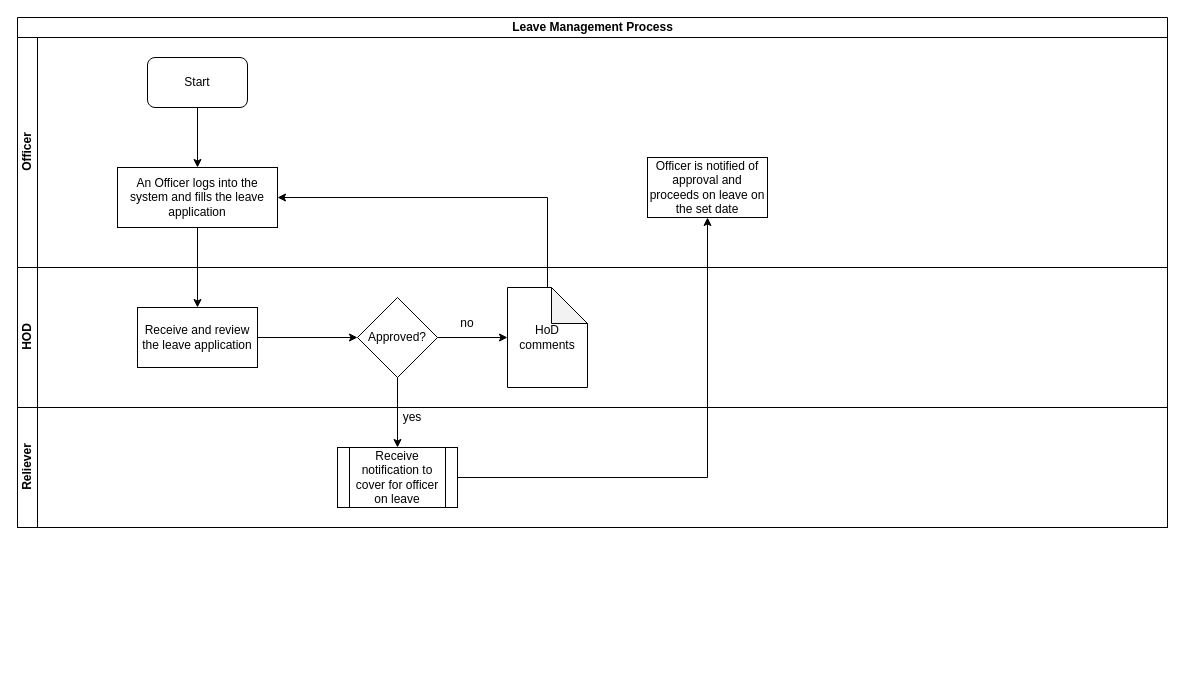
This is KEFRI- Leave Application Process.drawio from kmagua/flowcharts, a draw.io file, before an edit. Source tidied: cells renumbered, new cells numbered last; positions are measured from the earlier drawing's top-left corner, leaving out a move shared by most shapes. Both pictures are drawn from the tidied source at 100%, with x=0, y=0 at pixel (17, 17).
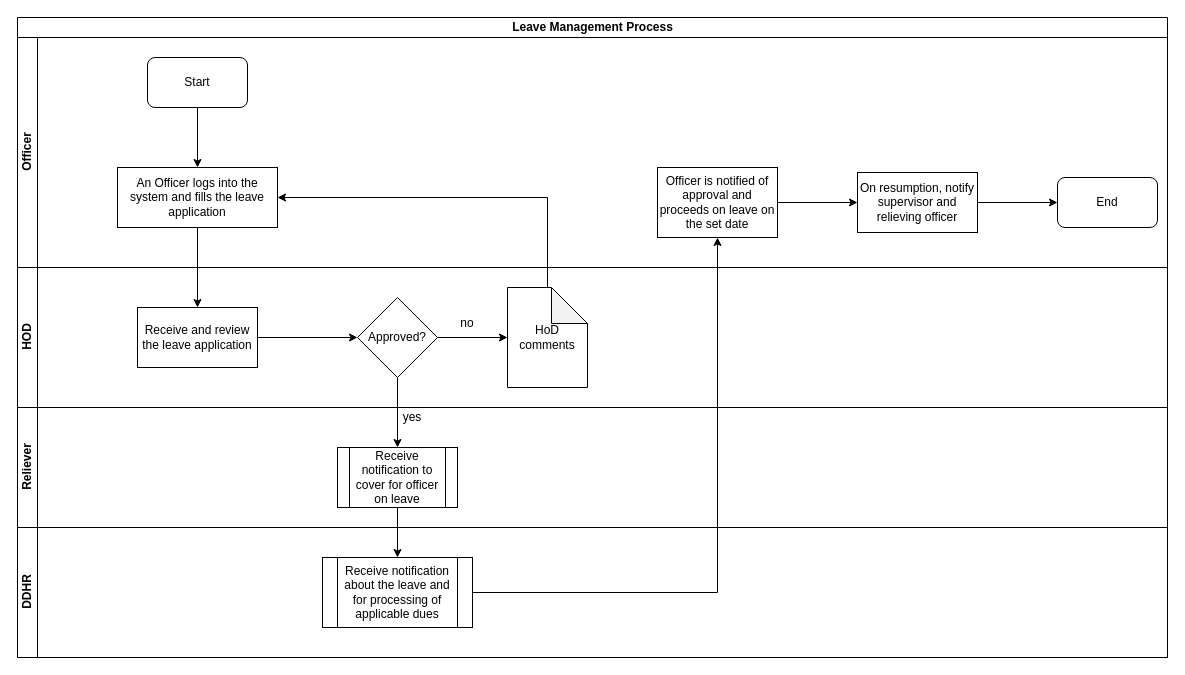
After the change.

Unchanged cells that the change refers to:
```xml
<mxCell id="3" value="Officer" style="swimlane;html=1;startSize=20;horizontal=0;" parent="2" vertex="1">
  <mxGeometry y="20" width="1150" height="230" as="geometry" />
</mxCell>
<mxCell id="14" value="Receive notification to cover for officer on leave" style="shape=process;whiteSpace=wrap;html=1;backgroundOutline=1;rounded=0;" parent="12" vertex="1">
  <mxGeometry x="320" y="40" width="120" height="60" as="geometry" />
</mxCell>
```

What changed in the source:
```diff
@@
     <mxCell id="2" value="Leave Management Process" style="swimlane;html=1;horizontal=1;startSize=20;" parent="1" vertex="1">
-      <mxGeometry width="1150" height="510" as="geometry" />
+      <mxGeometry width="1150" height="640" as="geometry" />
     </mxCell>
@@
     <mxCell id="7" value="Officer is notified of approval and proceeds on leave on the set date" style="whiteSpace=wrap;html=1;rounded=0;" parent="3" vertex="1">
-      <mxGeometry x="630" y="120" width="120" height="60" as="geometry" />
+      <mxGeometry x="640" y="130" width="120" height="70" as="geometry" />
     </mxCell>
+    <mxCell id="22" value="End" style="rounded=1;whiteSpace=wrap;html=1;" parent="3" vertex="1">
+      <mxGeometry x="1040" y="140" width="100" height="50" as="geometry" />
+    </mxCell>
@@
-    <mxCell id="17" style="edgeStyle=orthogonalEdgeStyle;rounded=0;jettySize=auto;html=1;" parent="2" edge="1" source="14" target="7">
+    <mxCell id="17" style="edgeStyle=orthogonalEdgeStyle;rounded=0;jettySize=auto;html=1;exitX=1;exitY=0.5;exitDx=0;exitDy=0;" parent="2" edge="1" source="24" target="7">
       <mxGeometry relative="1" as="geometry" />
     </mxCell>
+    <mxCell id="23" value="DDHR" style="swimlane;html=1;startSize=20;horizontal=0;" parent="2" vertex="1">
+      <mxGeometry y="510" width="1150" height="130" as="geometry" />
+    </mxCell>
+    <mxCell id="24" value="Receive notification about the leave and for processing of applicable dues" style="shape=process;whiteSpace=wrap;html=1;backgroundOutline=1;rounded=0;" parent="23" vertex="1">
+      <mxGeometry x="305" y="30" width="150" height="70" as="geometry" />
+    </mxCell>
+    <mxCell id="25" style="edgeStyle=orthogonalEdgeStyle;rounded=0;jettySize=auto;html=1;entryX=0.5;entryY=0;entryDx=0;entryDy=0;" parent="2" edge="1" source="14" target="24">
+      <mxGeometry relative="1" as="geometry" />
+    </mxCell>
@@
+    <mxCell id="26" style="edgeStyle=orthogonalEdgeStyle;rounded=0;jettySize=auto;html=1;entryX=0;entryY=0.5;entryDx=0;entryDy=0;" parent="1" edge="1" source="27" target="22">
+      <mxGeometry relative="1" as="geometry" />
+    </mxCell>
+    <mxCell id="27" value="On resumption, notify supervisor and relieving officer" style="whiteSpace=wrap;html=1;rounded=0;" parent="1" vertex="1">
+      <mxGeometry x="840" y="155" width="120" height="60" as="geometry" />
+    </mxCell>
+    <mxCell id="28" style="edgeStyle=orthogonalEdgeStyle;rounded=0;jettySize=auto;html=1;" parent="1" edge="1" source="7" target="27">
+      <mxGeometry relative="1" as="geometry" />
+    </mxCell>
```
